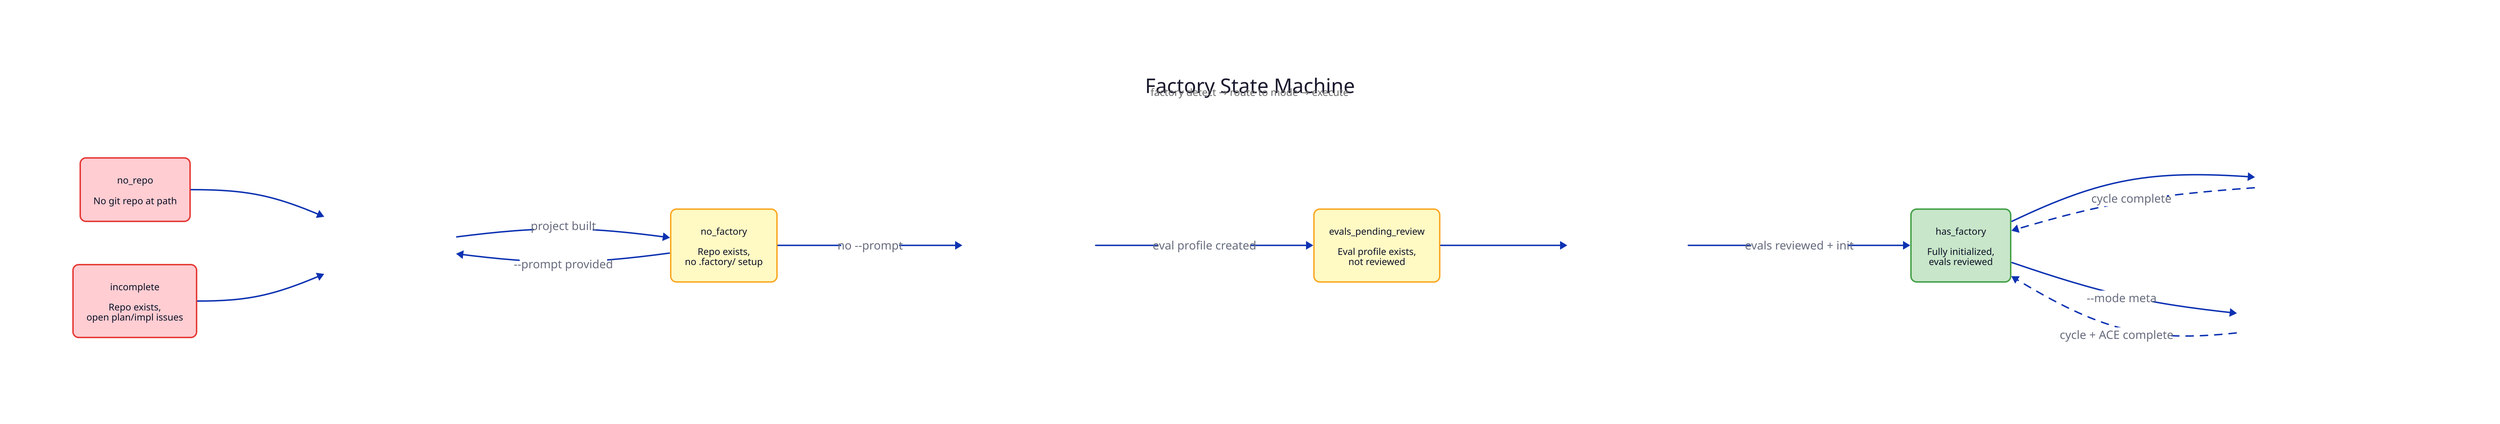
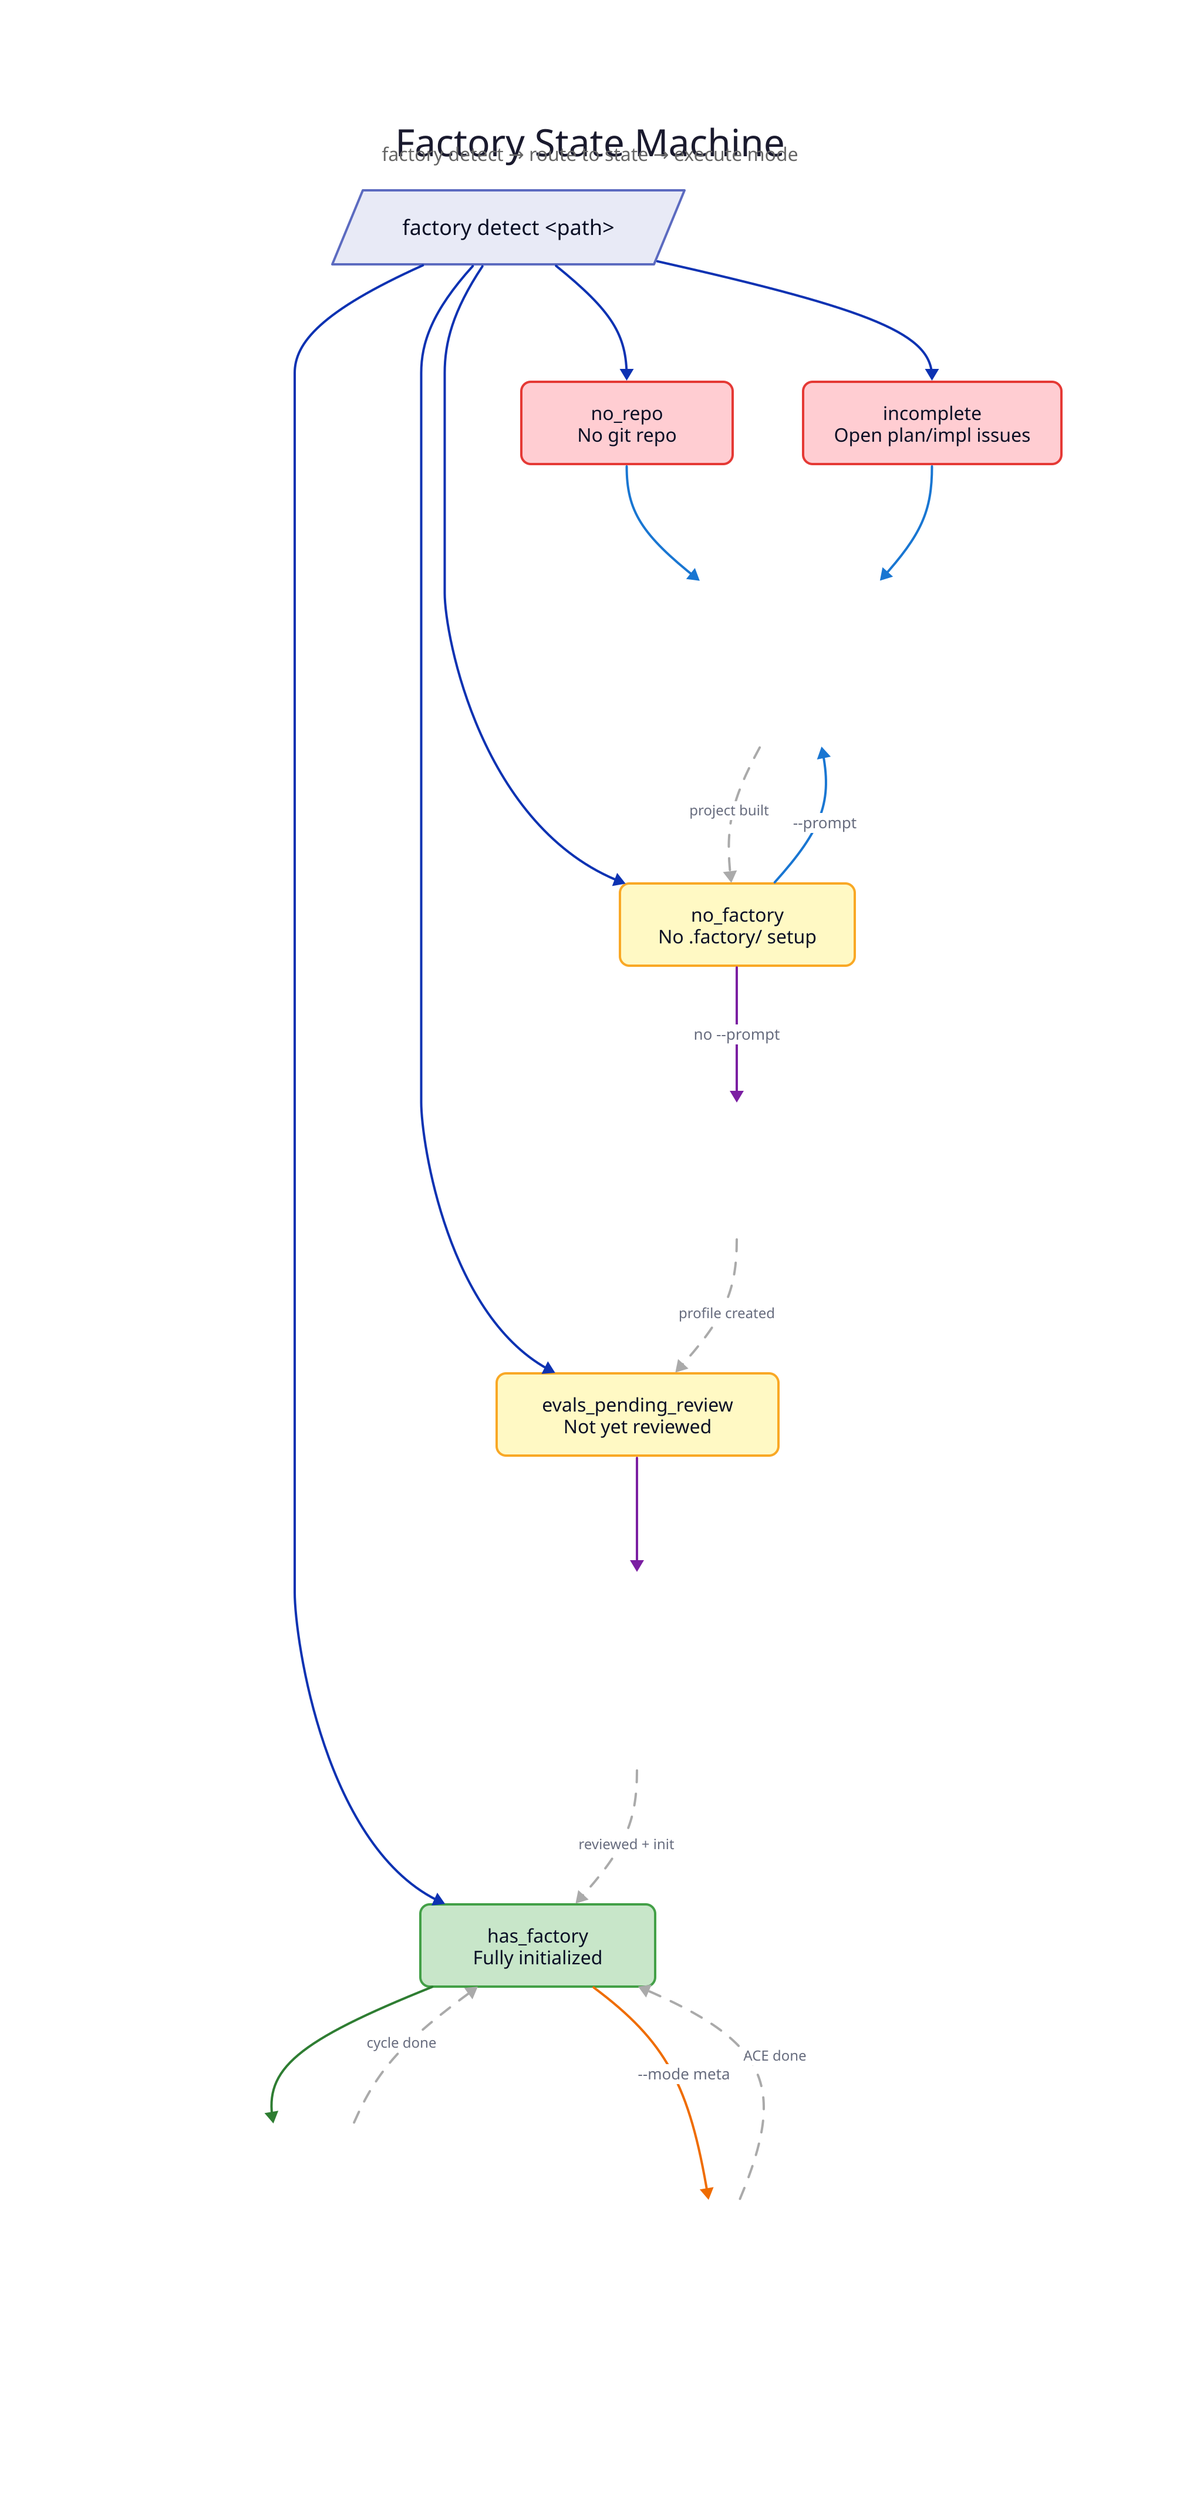
- direction: right
+ direction: down

title: {
  label: Factory State Machine
  near: top-center
  shape: text
-   style: {
-     font-size: 28
-     bold: true
-     font-color: "#1a1a2e"
-   }
+   style: { font-size: 32; bold: true; font-color: "#1a1a2e" }
}

subtitle: {
-   label: "factory detect → route to mode → execute"
+   label: "factory detect → route to state → execute mode"
  near: top-center
  shape: text
-   style: { font-size: 14; italic: true; font-color: "#666" }
+   style: { font-size: 16; italic: true; font-color: "#666" }
+ }
+ 
+ detect: {
+   label: "factory detect <path>"
+   shape: parallelogram
+   style: { fill: "#e8eaf6"; stroke: "#5c6bc0"; border-radius: 6; font-size: 18; bold: true }
+   width: 300
}

# ── States ────────────────────────────────────────

no_repo: {
-   label: "no_repo\n\nNo git repo at path"
+   label: "no_repo\nNo git repo"
  shape: rectangle
-   style: { fill: "#ffcdd2"; stroke: "#e53935"; border-radius: 8; font-size: 13 }
+   style: { fill: "#ffcdd2"; stroke: "#e53935"; border-radius: 8; font-size: 16 }
+   width: 180
+   height: 70
}

incomplete: {
-   label: "incomplete\n\nRepo exists,\nopen plan/impl issues"
+   label: "incomplete\nOpen plan/impl issues"
  shape: rectangle
-   style: { fill: "#ffcdd2"; stroke: "#e53935"; border-radius: 8; font-size: 13 }
+   style: { fill: "#ffcdd2"; stroke: "#e53935"; border-radius: 8; font-size: 16 }
+   width: 220
+   height: 70
}

no_factory: {
-   label: "no_factory\n\nRepo exists,\nno .factory/ setup"
+   label: "no_factory\nNo .factory/ setup"
  shape: rectangle
-   style: { fill: "#fff9c4"; stroke: "#f9a825"; border-radius: 8; font-size: 13 }
+   style: { fill: "#fff9c4"; stroke: "#f9a825"; border-radius: 8; font-size: 16 }
+   width: 200
+   height: 70
}

evals_pending: {
-   label: "evals_pending_review\n\nEval profile exists,\nnot reviewed"
+   label: "evals_pending_review\nNot yet reviewed"
  shape: rectangle
-   style: { fill: "#fff9c4"; stroke: "#f9a825"; border-radius: 8; font-size: 13 }
+   style: { fill: "#fff9c4"; stroke: "#f9a825"; border-radius: 8; font-size: 16 }
+   width: 240
+   height: 70
}

has_factory: {
-   label: "has_factory\n\nFully initialized,\nevals reviewed"
+   label: "has_factory\nFully initialized"
  shape: rectangle
-   style: { fill: "#c8e6c9"; stroke: "#43a047"; border-radius: 8; font-size: 13 }
+   style: { fill: "#c8e6c9"; stroke: "#43a047"; border-radius: 8; font-size: 16 }
+   width: 200
+   height: 70
}

# ── Modes ─────────────────────────────────────────

build: {
  label: |md
    **Build Mode**
    1. Researcher → research
    2. Strategist → phased plan
    3. Builder → implement phases
    4. E2E verification gate
  |
  shape: rectangle
-   style: { fill: "#e3f2fd"; stroke: "#1976d2"; border-radius: 12; font-size: 13 }
+   style: { fill: "#e3f2fd"; stroke: "#1976d2"; border-radius: 12; font-size: 15 }
+   width: 280
}

discover: {
  label: |md
    **Discover Mode**
    1. Introspect project
-     2. Auto-detect eval dimensions
+     2. Auto-detect eval dims
    3. Generate eval/score.py
  |
  shape: rectangle
-   style: { fill: "#f3e5f5"; stroke: "#7b1fa2"; border-radius: 12; font-size: 13 }
+   style: { fill: "#f3e5f5"; stroke: "#7b1fa2"; border-radius: 12; font-size: 15 }
+   width: 260
}

review: {
  label: |md
    **Review Mode**
-     1. Test all eval dimensions
-     2. Fix broken dimensions
-     3. Mark as human_reviewed
+     1. Test eval dimensions
+     2. Fix broken ones
+     3. Mark human_reviewed
    4. Init factory store
-     5. Run baseline eval
+     5. Baseline eval
  |
  shape: rectangle
-   style: { fill: "#f3e5f5"; stroke: "#7b1fa2"; border-radius: 12; font-size: 13 }
+   style: { fill: "#f3e5f5"; stroke: "#7b1fa2"; border-radius: 12; font-size: 15 }
+   width: 260
}

improve: {
  label: |md
-     **Improve Mode**
-     *(the core evolution loop)*
+     **Improve Mode** *(core loop)*
    1. Observe → Researcher
    2. Hypothesize → Strategist
-     3. Execute → Builder per hypothesis
+     3. Execute → Builder
    4. Guard → Reviewer
    5. Measure → Evaluator
    6. Decide → Precheck + CEO
    7. Record → Archivist
  |
  shape: rectangle
-   style: { fill: "#e8f5e9"; stroke: "#2e7d32"; border-radius: 12; font-size: 13 }
+   style: { fill: "#e8f5e9"; stroke: "#2e7d32"; border-radius: 12; font-size: 15 }
+   width: 300
}

meta: {
  label: |md
    **Meta Mode**
-     1. Run full Improve loop
-        on the factory itself
-     2. ACE playbook evolution
-        for all 7 agent roles
+     1. Full Improve loop on factory itself
+     2. ACE playbook evolution for all roles
  |
  shape: rectangle
-   style: { fill: "#fff3e0"; stroke: "#ef6c00"; border-radius: 12; font-size: 13 }
+   style: { fill: "#fff3e0"; stroke: "#ef6c00"; border-radius: 12; font-size: 15 }
+   width: 300
}

- # ── State → Mode routing ─────────────────────────
+ # ── detect → states ──────────────────────────────

- no_repo -> build: ""
- incomplete -> build: ""
- no_factory -> discover: "no --prompt"
- no_factory -> build: "--prompt provided"
- evals_pending -> review: ""
- has_factory -> improve: ""
- has_factory -> meta: "--mode meta"
+ detect -> no_repo
+ detect -> incomplete
+ detect -> no_factory
+ detect -> evals_pending
+ detect -> has_factory

- # ── Mode transitions ──────────────────────────────
+ # ── states → modes ───────────────────────────────

- build -> no_factory: "project built"
- discover -> evals_pending: "eval profile created"
- review -> has_factory: "evals reviewed + init"
- improve -> has_factory: "cycle complete" {style.stroke-dash: 5}
- meta -> has_factory: "cycle + ACE complete" {style.stroke-dash: 5}
+ no_repo -> build {
+   style: { stroke: "#1976d2"; stroke-width: 2 }
+ }
+ incomplete -> build {
+   style: { stroke: "#1976d2"; stroke-width: 2 }
+ }
+ no_factory -> discover: "no --prompt" {
+   style: { stroke: "#7b1fa2"; stroke-width: 2; font-size: 13 }
+ }
+ no_factory -> build: "--prompt" {
+   style: { stroke: "#1976d2"; stroke-width: 2; font-size: 13 }
+ }
+ evals_pending -> review {
+   style: { stroke: "#7b1fa2"; stroke-width: 2 }
+ }
+ has_factory -> improve {
+   style: { stroke: "#2e7d32"; stroke-width: 2 }
+ }
+ has_factory -> meta: "--mode meta" {
+   style: { stroke: "#ef6c00"; stroke-width: 2; font-size: 13 }
+ }
+ 
+ # ── transitions back (dashed) ────────────────────
+ 
+ build -> no_factory: "project built" {
+   style: { stroke-dash: 5; stroke: "#aaa"; font-size: 12 }
+ }
+ discover -> evals_pending: "profile created" {
+   style: { stroke-dash: 5; stroke: "#aaa"; font-size: 12 }
+ }
+ review -> has_factory: "reviewed + init" {
+   style: { stroke-dash: 5; stroke: "#aaa"; font-size: 12 }
+ }
+ improve -> has_factory: "cycle done" {
+   style: { stroke-dash: 5; stroke: "#aaa"; font-size: 12 }
+ }
+ meta -> has_factory: "ACE done" {
+   style: { stroke-dash: 5; stroke: "#aaa"; font-size: 12 }
+ }
